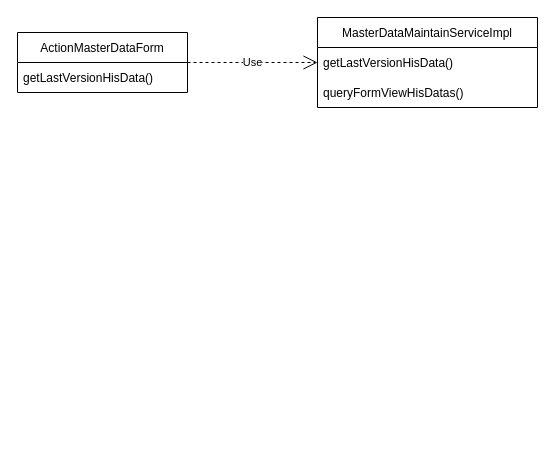
NyarAlex/blog keeps this draw.io diagram as 241-变更对比.drawio. Above is the earlier version. Source tidied: cells renumbered, new cells numbered last; positions are measured from the earlier drawing's top-left corner, leaving out a move shared by most shapes. Both pictures are drawn from the tidied source at 100%, with x=0, y=0 at pixel (17, 17).
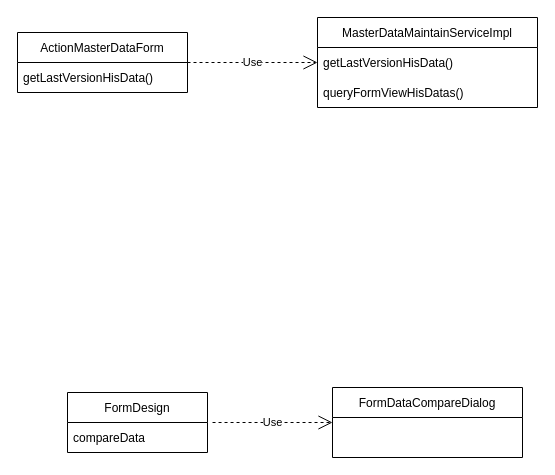
Above is the later version.

Commit message:
更新241-变更对比.drawio

Change to the diagram source:
```diff
@@
 <mxGraphModel>
   <root>
     <mxCell id="0" />
     <mxCell id="1" parent="0" />
     <mxCell id="2" value="ActionMasterDataForm" style="swimlane;fontStyle=0;horizontal=1;startSize=30;" parent="1" vertex="1">
       <mxGeometry y="15" width="170" height="60" as="geometry" />
     </mxCell>
     <mxCell id="3" value="getLastVersionHisData()" style="text;strokeColor=none;fillColor=none;align=left;verticalAlign=middle;spacingLeft=4;spacingRight=4;overflow=hidden;" parent="2" vertex="1">
       <mxGeometry y="30" width="170" height="30" as="geometry" />
     </mxCell>
     <mxCell id="4" value="MasterDataMaintainServiceImpl" style="swimlane;fontStyle=0;horizontal=1;startSize=30;" parent="1" vertex="1">
       <mxGeometry x="300" width="220" height="90" as="geometry" />
     </mxCell>
     <mxCell id="5" value="getLastVersionHisData()" style="text;strokeColor=none;fillColor=none;align=left;verticalAlign=middle;spacingLeft=4;spacingRight=4;overflow=hidden;" parent="4" vertex="1">
       <mxGeometry y="30" width="220" height="30" as="geometry" />
     </mxCell>
     <mxCell id="6" value="queryFormViewHisDatas()" style="text;strokeColor=none;fillColor=none;align=left;verticalAlign=middle;spacingLeft=4;spacingRight=4;overflow=hidden;" parent="4" vertex="1">
       <mxGeometry y="60" width="220" height="30" as="geometry" />
     </mxCell>
     <mxCell id="7" value="Use" style="endArrow=open;endSize=12;dashed=1;html=1;rounded=0;" parent="1" edge="1" source="2" target="4">
       <mxGeometry relative="1" as="geometry" />
     </mxCell>
+    <mxCell id="8" value="FormDesign" style="swimlane;fontStyle=0;horizontal=1;startSize=30;" parent="1" vertex="1">
+      <mxGeometry x="50" y="375" width="140" height="60" as="geometry" />
+    </mxCell>
+    <mxCell id="9" value="compareData" style="text;strokeColor=none;fillColor=none;align=left;verticalAlign=middle;spacingLeft=4;spacingRight=4;overflow=hidden;points=[[0,0.5],[1,0.5]];portConstraint=eastwest;" parent="8" vertex="1">
+      <mxGeometry y="30" width="140" height="30" as="geometry" />
+    </mxCell>
+    <mxCell id="10" value="FormDataCompareDialog" style="swimlane;fontStyle=0;horizontal=1;startSize=30;" parent="1" vertex="1">
+      <mxGeometry x="315" y="370" width="190" height="70" as="geometry" />
+    </mxCell>
+    <mxCell id="11" value="Use" style="endArrow=open;endSize=12;dashed=1;html=1;rounded=0;exitX=1.036;exitY=0;exitDx=0;exitDy=0;exitPerimeter=0;entryX=0;entryY=0.5;entryDx=0;entryDy=0;" parent="1" edge="1" source="9" target="10">
+      <mxGeometry relative="1" as="geometry" />
+    </mxCell>
   </root>
 </mxGraphModel>
```
